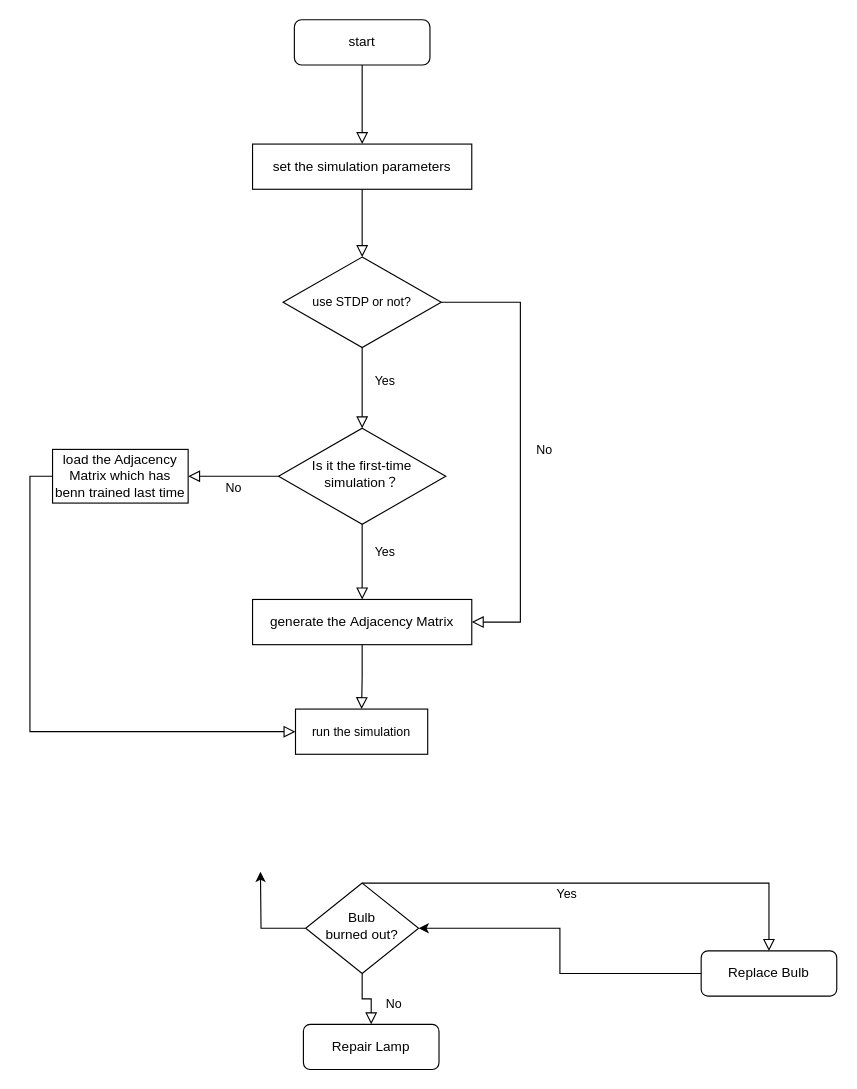
Earlier version of the draw.io diagram Untitled Diagram.drawio (Dora-The-Kid/culture_network). Source tidied: cells renumbered, new cells numbered last; positions are measured from the earlier drawing's top-left corner, leaving out a move shared by most shapes. Both pictures are drawn from the tidied source at 113%, with x=0, y=0 at pixel (52, 19).
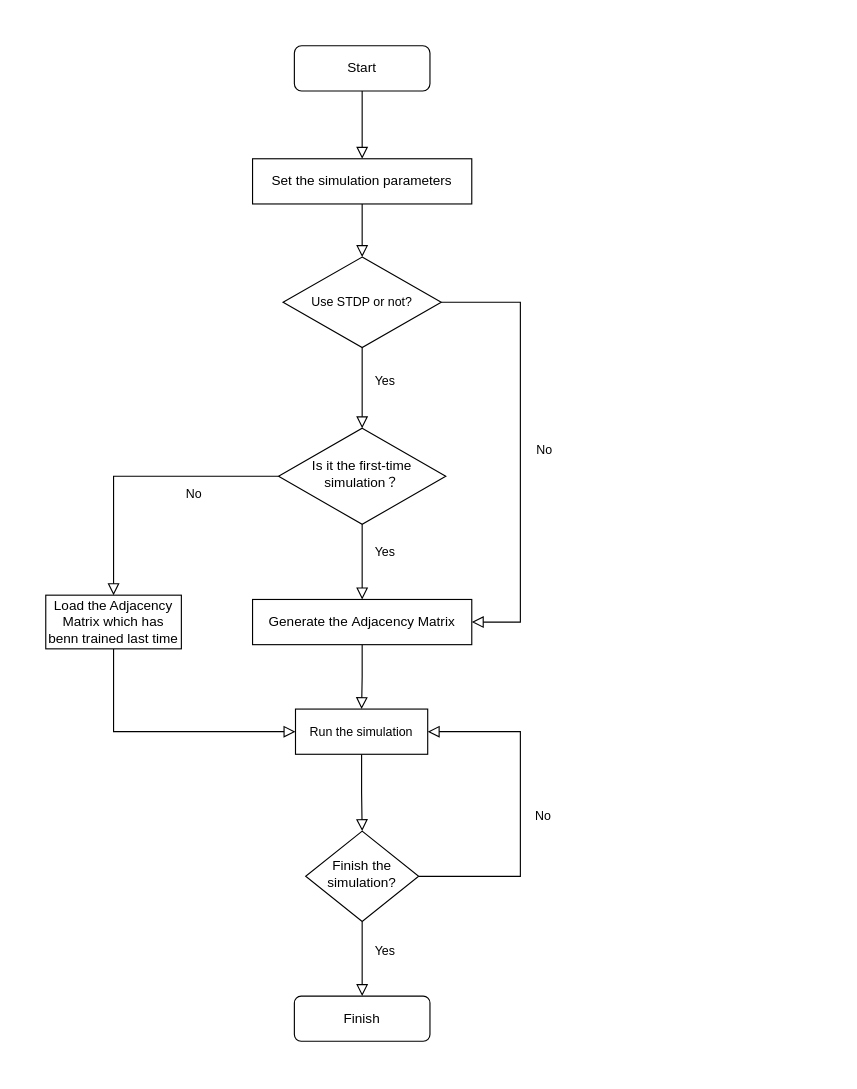
After the change.

Unchanged cells that the change refers to:
```xml
<mxCell id="6" value="Is it the first-time simulation？" style="rhombus;whiteSpace=wrap;html=1;shadow=0;fontFamily=Helvetica;fontSize=12;align=center;strokeWidth=1;spacing=6;spacingTop=-4;" parent="1" vertex="1">
  <mxGeometry x="200" y="361.5" width="148" height="85" as="geometry" />
</mxCell>
```

Diff of the diagram source:
```diff
@@
-    <mxCell id="3" value="start" style="rounded=1;whiteSpace=wrap;html=1;fontSize=12;glass=0;strokeWidth=1;shadow=0;arcSize=16;" parent="1" vertex="1">
-      <mxGeometry x="214" width="120" height="40" as="geometry" />
+    <mxCell id="3" value="Start" style="rounded=1;whiteSpace=wrap;html=1;fontSize=12;glass=0;strokeWidth=1;shadow=0;arcSize=16;" parent="1" vertex="1">
+      <mxGeometry x="214" y="23" width="120" height="40" as="geometry" />
     </mxCell>
     <mxCell id="4" value="No" style="edgeStyle=orthogonalEdgeStyle;rounded=0;html=1;jettySize=auto;fontSize=11;endArrow=block;endFill=0;endSize=8;strokeWidth=1;shadow=0;labelBackgroundColor=none;exitX=0;exitY=0.5;exitDx=0;exitDy=0;" parent="1" edge="1" source="6" target="8">
-      <mxGeometry y="10" relative="1" as="geometry" />
+      <mxGeometry x="-0.4" y="16" relative="1" as="geometry" />
     </mxCell>
@@
-    <mxCell id="7" style="edgeStyle=orthogonalEdgeStyle;shape=connector;rounded=0;jettySize=auto;html=1;exitX=0;exitY=0.5;exitDx=0;exitDy=0;entryX=0;entryY=0.5;entryDx=0;entryDy=0;shadow=0;labelBackgroundColor=none;fontFamily=Helvetica;fontSize=11;fontColor=default;endArrow=block;endFill=0;endSize=8;strokeColor=default;strokeWidth=1;" parent="1" edge="1" source="8" target="24">
+    <mxCell id="7" style="edgeStyle=orthogonalEdgeStyle;shape=connector;rounded=0;jettySize=auto;html=1;exitX=0.5;exitY=1;exitDx=0;exitDy=0;entryX=0;entryY=0.5;entryDx=0;entryDy=0;shadow=0;labelBackgroundColor=none;fontFamily=Helvetica;fontSize=11;fontColor=default;endArrow=block;endFill=0;endSize=8;strokeColor=default;strokeWidth=1;" parent="1" edge="1" source="8" target="24">
       <mxGeometry relative="1" as="geometry" />
     </mxCell>
-    <mxCell id="8" value="load the Adjacency Matrix which has benn trained last time" style="rounded=1;whiteSpace=wrap;html=1;fontSize=12;glass=0;strokeWidth=1;shadow=0;arcSize=0;" parent="1" vertex="1">
-      <mxGeometry y="380.2" width="120" height="47.5" as="geometry" />
+    <mxCell id="8" value="Load the Adjacency Matrix which has benn trained last time" style="rounded=1;whiteSpace=wrap;html=1;fontSize=12;glass=0;strokeWidth=1;shadow=0;arcSize=0;" parent="1" vertex="1">
+      <mxGeometry x="-6" y="509.2" width="120" height="47.5" as="geometry" />
     </mxCell>
-    <mxCell id="9" value="No" style="rounded=0;html=1;jettySize=auto;fontSize=11;endArrow=block;endFill=0;endSize=8;strokeWidth=1;shadow=0;labelBackgroundColor=none;edgeStyle=orthogonalEdgeStyle;" parent="1" edge="1" source="12" target="13">
-      <mxGeometry x="0.33" y="20" relative="1" as="geometry" />
+    <mxCell id="9" value="Yes" style="rounded=0;html=1;jettySize=auto;fontSize=11;endArrow=block;endFill=0;endSize=8;strokeWidth=1;shadow=0;labelBackgroundColor=none;edgeStyle=orthogonalEdgeStyle;" parent="1" edge="1" source="12" target="13">
+      <mxGeometry x="-0.21" y="20" relative="1" as="geometry" />
     </mxCell>
-    <mxCell id="10" value="Yes" style="edgeStyle=orthogonalEdgeStyle;rounded=0;html=1;jettySize=auto;fontSize=11;endArrow=block;endFill=0;endSize=8;strokeWidth=1;shadow=0;labelBackgroundColor=none;" parent="1" edge="1" source="12" target="15">
-      <mxGeometry x="-0.14" y="-10" relative="1" as="geometry">
-        <Array as="points">
-          <mxPoint x="634" y="764" />
-        </Array>
-      </mxGeometry>
-    </mxCell>
-    <mxCell id="11" style="edgeStyle=orthogonalEdgeStyle;rounded=0;jettySize=auto;html=1;" parent="1" edge="1" source="12">
-      <mxGeometry relative="1" as="geometry">
-        <mxPoint x="184" y="754" as="targetPoint" />
-      </mxGeometry>
-    </mxCell>
+    <mxCell id="25" value="No" style="edgeStyle=orthogonalEdgeStyle;shape=connector;rounded=0;jettySize=auto;html=1;exitX=1;exitY=0.5;exitDx=0;exitDy=0;entryX=1;entryY=0.5;entryDx=0;entryDy=0;shadow=0;labelBackgroundColor=none;fontFamily=Helvetica;fontSize=11;fontColor=default;endArrow=block;endFill=0;endSize=8;strokeColor=default;strokeWidth=1;" parent="1" edge="1" source="12" target="24">
+      <mxGeometry x="-0.05" y="-20" relative="1" as="geometry">
+        <Array as="points">
+          <mxPoint x="414" y="758" />
+          <mxPoint x="414" y="630" />
+        </Array>
+      </mxGeometry>
+    </mxCell>
-    <mxCell id="12" value="Bulb&lt;br&gt;burned out?" style="rhombus;whiteSpace=wrap;html=1;shadow=0;fontFamily=Helvetica;fontSize=12;align=center;strokeWidth=1;spacing=6;spacingTop=-4;" parent="1" vertex="1">
-      <mxGeometry x="224" y="764" width="100" height="80" as="geometry" />
+    <mxCell id="12" value="Finish the simulation?" style="rhombus;whiteSpace=wrap;html=1;shadow=0;fontFamily=Helvetica;fontSize=12;align=center;strokeWidth=1;spacing=6;spacingTop=-4;" parent="1" vertex="1">
+      <mxGeometry x="224" y="718" width="100" height="80" as="geometry" />
     </mxCell>
-    <mxCell id="13" value="Repair Lamp" style="rounded=1;whiteSpace=wrap;html=1;fontSize=12;glass=0;strokeWidth=1;shadow=0;" parent="1" vertex="1">
-      <mxGeometry x="222" y="889" width="120" height="40" as="geometry" />
+    <mxCell id="13" value="Finish" style="rounded=1;whiteSpace=wrap;html=1;fontSize=12;glass=0;strokeWidth=1;shadow=0;" parent="1" vertex="1">
+      <mxGeometry x="214" y="864" width="120" height="40" as="geometry" />
     </mxCell>
-    <mxCell id="14" style="edgeStyle=orthogonalEdgeStyle;rounded=0;jettySize=auto;html=1;" parent="1" edge="1" source="15" target="12">
-      <mxGeometry relative="1" as="geometry" />
-    </mxCell>
-    <mxCell id="15" value="Replace Bulb" style="rounded=1;whiteSpace=wrap;html=1;fontSize=12;glass=0;strokeWidth=1;shadow=0;" parent="1" vertex="1">
-      <mxGeometry x="574" y="824" width="120" height="40" as="geometry" />
-    </mxCell>
@@
-    <mxCell id="17" value="set the simulation parameters" style="rounded=0;whiteSpace=wrap;html=1;" parent="1" vertex="1">
-      <mxGeometry x="177" y="110" width="194" height="40" as="geometry" />
+    <mxCell id="17" value="Set the simulation parameters" style="rounded=0;whiteSpace=wrap;html=1;" parent="1" vertex="1">
+      <mxGeometry x="177" y="123" width="194" height="40" as="geometry" />
     </mxCell>
@@
-    <mxCell id="19" value="generate the&amp;nbsp;Adjacency Matrix" style="rounded=0;whiteSpace=wrap;html=1;" parent="1" vertex="1">
+    <mxCell id="19" value="Generate the&amp;nbsp;Adjacency Matrix" style="rounded=0;whiteSpace=wrap;html=1;" parent="1" vertex="1">
       <mxGeometry x="177" y="513" width="194" height="40" as="geometry" />
     </mxCell>
@@
-    <mxCell id="23" value="use STDP or not?" style="rhombus;whiteSpace=wrap;html=1;fontFamily=Helvetica;fontSize=11;fontColor=default;" parent="1" vertex="1">
+    <mxCell id="23" value="Use STDP or not?" style="rhombus;whiteSpace=wrap;html=1;fontFamily=Helvetica;fontSize=11;fontColor=default;" parent="1" vertex="1">
       <mxGeometry x="204" y="210" width="140" height="80" as="geometry" />
     </mxCell>
+    <mxCell id="26" style="edgeStyle=orthogonalEdgeStyle;shape=connector;rounded=0;jettySize=auto;html=1;exitX=0.5;exitY=1;exitDx=0;exitDy=0;shadow=0;labelBackgroundColor=none;fontFamily=Helvetica;fontSize=11;fontColor=default;endArrow=block;endFill=0;endSize=8;strokeColor=default;strokeWidth=1;" parent="1" edge="1" source="24" target="12">
+      <mxGeometry relative="1" as="geometry" />
+    </mxCell>
-    <mxCell id="24" value="run the simulation" style="rounded=0;whiteSpace=wrap;html=1;fontFamily=Helvetica;fontSize=11;fontColor=default;" parent="1" vertex="1">
+    <mxCell id="24" value="Run the simulation" style="rounded=0;whiteSpace=wrap;html=1;fontFamily=Helvetica;fontSize=11;fontColor=default;" parent="1" vertex="1">
       <mxGeometry x="215" y="610" width="117" height="40" as="geometry" />
     </mxCell>
```
